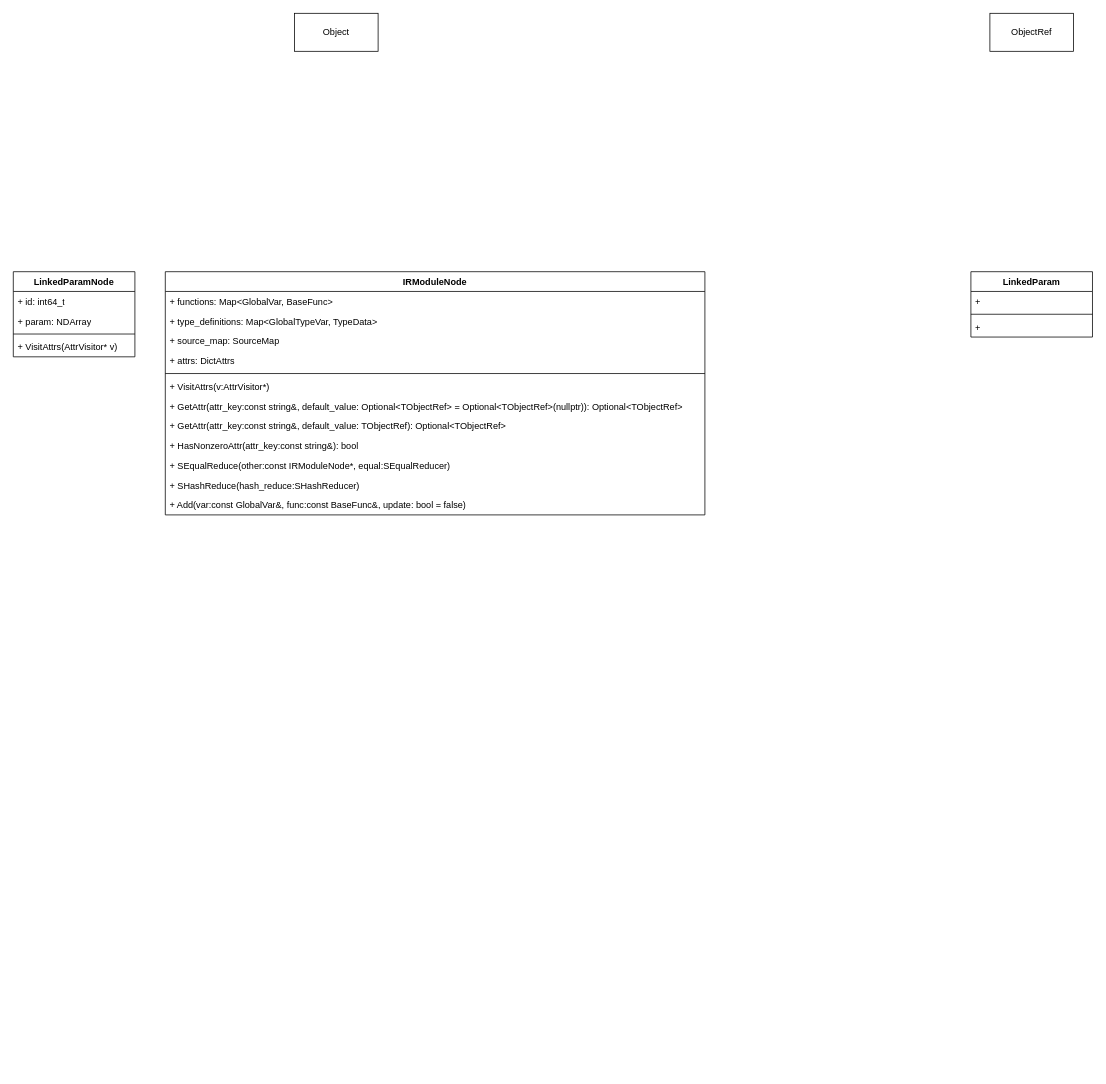
This is page "module" (12 of 12) of 未命名绘图.drawio from gdhzyz/draws, a draw.io file, before an edit. Source tidied: cells renumbered, new cells numbered last; positions are measured from the earlier drawing's top-left corner, leaving out a move shared by most shapes. Both pictures are drawn from the tidied source at 76%, with x=0, y=0 at pixel (13, 13).
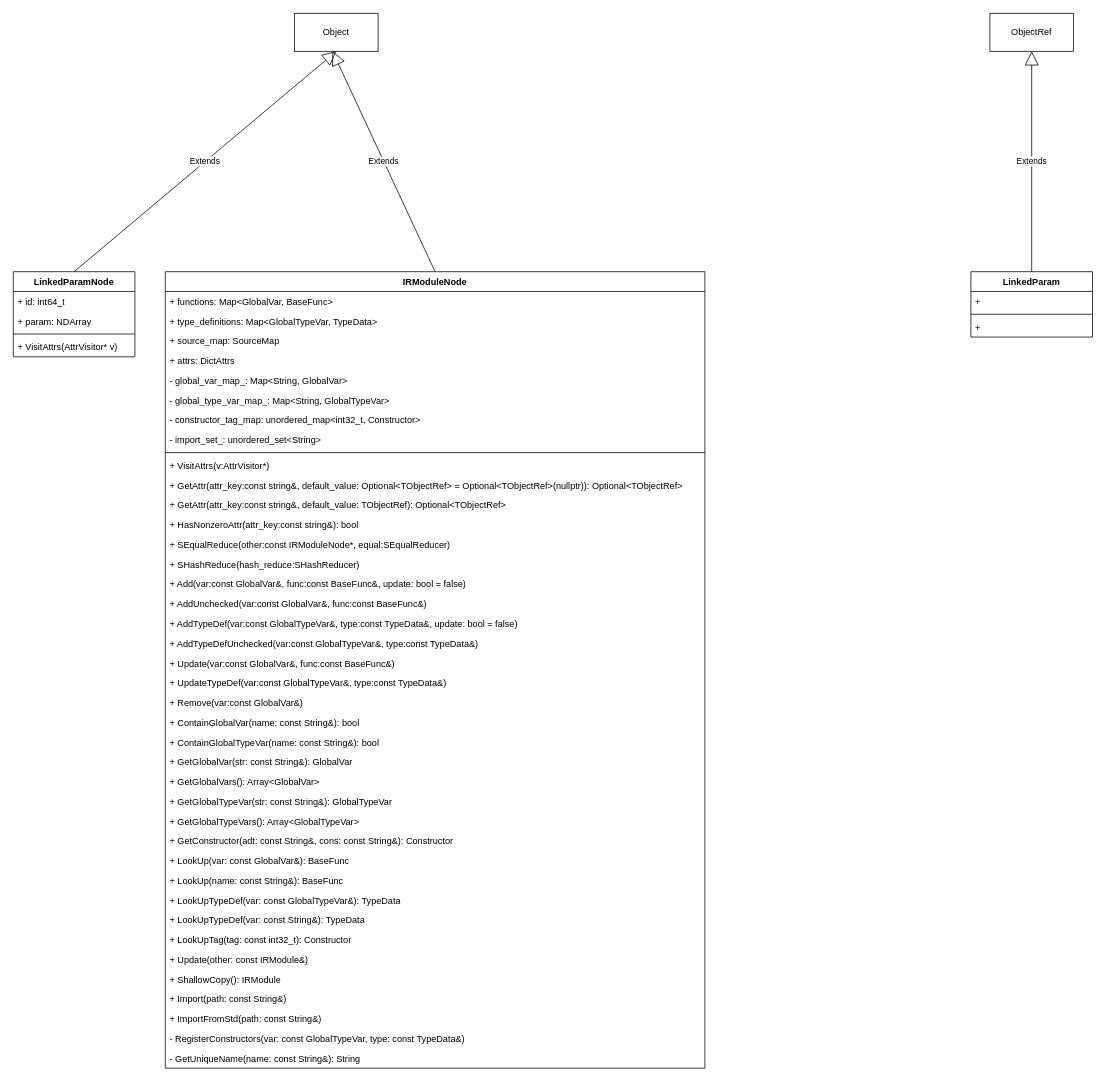
The same page after the edit.

The change refers to these unchanged cells:
```xml
<mxCell id="2" value="Object" style="html=1;whiteSpace=wrap;" parent="1" vertex="1">
  <mxGeometry x="370" width="110" height="50" as="geometry" />
</mxCell>
<mxCell id="3" value="LinkedParamNode" style="swimlane;fontStyle=1;align=center;verticalAlign=top;horizontal=1;startSize=26;whiteSpace=wrap;html=1;" parent="1" vertex="1">
  <mxGeometry y="340" width="160" height="112" as="geometry" />
</mxCell>
<mxCell id="8" value="ObjectRef" style="html=1;whiteSpace=wrap;" parent="1" vertex="1">
  <mxGeometry x="1285" width="110" height="50" as="geometry" />
</mxCell>
<mxCell id="9" value="LinkedParam" style="swimlane;fontStyle=1;align=center;verticalAlign=top;horizontal=1;startSize=26;whiteSpace=wrap;html=1;" parent="1" vertex="1">
  <mxGeometry x="1260" y="340" width="160" height="86" as="geometry" />
</mxCell>
```

What changed in the source:
```diff
@@
     <mxCell id="13" value="IRModuleNode" style="swimlane;fontStyle=1;align=center;verticalAlign=top;horizontal=1;startSize=26;whiteSpace=wrap;html=1;" parent="1" vertex="1">
-      <mxGeometry x="200" y="340" width="710" height="320" as="geometry" />
+      <mxGeometry x="200" y="340" width="710" height="1048" as="geometry" />
     </mxCell>
@@
+    <mxCell id="26" value="- global_var_map_: Map&amp;lt;String, GlobalVar&amp;gt;" style="text;strokeColor=none;fillColor=none;align=left;verticalAlign=top;spacingLeft=4;spacingRight=4;overflow=hidden;whiteSpace=wrap;html=1;" parent="13" vertex="1">
+      <mxGeometry y="130" width="710" height="26" as="geometry" />
+    </mxCell>
+    <mxCell id="27" value="- global_type_var_map_: Map&amp;lt;String, GlobalTypeVar&amp;gt;" style="text;strokeColor=none;fillColor=none;align=left;verticalAlign=top;spacingLeft=4;spacingRight=4;overflow=hidden;whiteSpace=wrap;html=1;" parent="13" vertex="1">
+      <mxGeometry y="156" width="710" height="26" as="geometry" />
+    </mxCell>
+    <mxCell id="28" value="- constructor_tag_map: unordered_map&amp;lt;int32_t, Constructor&amp;gt;" style="text;strokeColor=none;fillColor=none;align=left;verticalAlign=top;spacingLeft=4;spacingRight=4;overflow=hidden;whiteSpace=wrap;html=1;" parent="13" vertex="1">
+      <mxGeometry y="182" width="710" height="26" as="geometry" />
+    </mxCell>
+    <mxCell id="29" value="- import_set_: unordered_set&amp;lt;String&amp;gt;" style="text;strokeColor=none;fillColor=none;align=left;verticalAlign=top;spacingLeft=4;spacingRight=4;overflow=hidden;whiteSpace=wrap;html=1;" parent="13" vertex="1">
+      <mxGeometry y="208" width="710" height="26" as="geometry" />
+    </mxCell>
     <mxCell id="18" style="line;strokeWidth=1;fillColor=none;align=left;verticalAlign=middle;spacingTop=-1;spacingLeft=3;spacingRight=3;labelPosition=right;strokeColor=inherit;" parent="13" vertex="1">
-      <mxGeometry y="130" width="710" height="8" as="geometry" />
+      <mxGeometry y="234" width="710" height="8" as="geometry" />
     </mxCell>
     <mxCell id="19" value="+ VisitAttrs(v:AttrVisitor*)" style="text;strokeColor=none;fillColor=none;align=left;verticalAlign=top;spacingLeft=4;spacingRight=4;overflow=hidden;whiteSpace=wrap;html=1;" parent="13" vertex="1">
-      <mxGeometry y="138" width="710" height="26" as="geometry" />
+      <mxGeometry y="242" width="710" height="26" as="geometry" />
     </mxCell>
     <mxCell id="20" value="+ GetAttr(attr_key:const string&amp;amp;, default_value: Optional&amp;lt;TObjectRef&amp;gt;&amp;nbsp;= Optional&amp;lt;TObjectRef&amp;gt;(nullptr)): Optional&amp;lt;TObjectRef&amp;gt;" style="text;strokeColor=none;fillColor=none;align=left;verticalAlign=top;spacingLeft=4;spacingRight=4;overflow=hidden;whiteSpace=wrap;html=1;" parent="13" vertex="1">
-      <mxGeometry y="164" width="710" height="26" as="geometry" />
+      <mxGeometry y="268" width="710" height="26" as="geometry" />
     </mxCell>
     <mxCell id="21" value="+ GetAttr(attr_key:const string&amp;amp;, default_value: TObjectRef): Optional&amp;lt;TObjectRef&amp;gt;" style="text;strokeColor=none;fillColor=none;align=left;verticalAlign=top;spacingLeft=4;spacingRight=4;overflow=hidden;whiteSpace=wrap;html=1;" parent="13" vertex="1">
-      <mxGeometry y="190" width="710" height="26" as="geometry" />
+      <mxGeometry y="294" width="710" height="26" as="geometry" />
     </mxCell>
     <mxCell id="22" value="+ HasNonzeroAttr(attr_key:const string&amp;amp;): bool" style="text;strokeColor=none;fillColor=none;align=left;verticalAlign=top;spacingLeft=4;spacingRight=4;overflow=hidden;whiteSpace=wrap;html=1;" parent="13" vertex="1">
-      <mxGeometry y="216" width="710" height="26" as="geometry" />
+      <mxGeometry y="320" width="710" height="26" as="geometry" />
     </mxCell>
     <mxCell id="23" value="+ SEqualReduce(other:const IRModuleNode*, equal:SEqualReducer)" style="text;strokeColor=none;fillColor=none;align=left;verticalAlign=top;spacingLeft=4;spacingRight=4;overflow=hidden;whiteSpace=wrap;html=1;" parent="13" vertex="1">
-      <mxGeometry y="242" width="710" height="26" as="geometry" />
+      <mxGeometry y="346" width="710" height="26" as="geometry" />
     </mxCell>
     <mxCell id="24" value="+ SHashReduce(hash_reduce:SHashReducer)" style="text;strokeColor=none;fillColor=none;align=left;verticalAlign=top;spacingLeft=4;spacingRight=4;overflow=hidden;whiteSpace=wrap;html=1;" parent="13" vertex="1">
-      <mxGeometry y="268" width="710" height="26" as="geometry" />
+      <mxGeometry y="372" width="710" height="26" as="geometry" />
     </mxCell>
     <mxCell id="25" value="+ Add(var:const GlobalVar&amp;amp;, func:const BaseFunc&amp;amp;, update: bool = false)" style="text;strokeColor=none;fillColor=none;align=left;verticalAlign=top;spacingLeft=4;spacingRight=4;overflow=hidden;whiteSpace=wrap;html=1;" parent="13" vertex="1">
-      <mxGeometry y="294" width="710" height="26" as="geometry" />
+      <mxGeometry y="398" width="710" height="26" as="geometry" />
     </mxCell>
+    <mxCell id="30" value="+ AddUnchecked(var:const GlobalVar&amp;amp;, func:const BaseFunc&amp;amp;)" style="text;strokeColor=none;fillColor=none;align=left;verticalAlign=top;spacingLeft=4;spacingRight=4;overflow=hidden;whiteSpace=wrap;html=1;" parent="13" vertex="1">
+      <mxGeometry y="424" width="710" height="26" as="geometry" />
+    </mxCell>
+    <mxCell id="31" value="+ AddTypeDef(var:const GlobalTypeVar&amp;amp;, type:const TypeData&amp;amp;, update: bool = false)" style="text;strokeColor=none;fillColor=none;align=left;verticalAlign=top;spacingLeft=4;spacingRight=4;overflow=hidden;whiteSpace=wrap;html=1;" parent="13" vertex="1">
+      <mxGeometry y="450" width="710" height="26" as="geometry" />
+    </mxCell>
+    <mxCell id="32" value="+ AddTypeDefUnchecked(var:const GlobalTypeVar&amp;amp;, type:const TypeData&amp;amp;)" style="text;strokeColor=none;fillColor=none;align=left;verticalAlign=top;spacingLeft=4;spacingRight=4;overflow=hidden;whiteSpace=wrap;html=1;" parent="13" vertex="1">
+      <mxGeometry y="476" width="710" height="26" as="geometry" />
+    </mxCell>
+    <mxCell id="33" value="+ Update(var:const GlobalVar&amp;amp;, func:const BaseFunc&amp;amp;)" style="text;strokeColor=none;fillColor=none;align=left;verticalAlign=top;spacingLeft=4;spacingRight=4;overflow=hidden;whiteSpace=wrap;html=1;" parent="13" vertex="1">
+      <mxGeometry y="502" width="710" height="26" as="geometry" />
+    </mxCell>
+    <mxCell id="34" value="+ UpdateTypeDef(var:const GlobalTypeVar&amp;amp;, type:const TypeData&amp;amp;)" style="text;strokeColor=none;fillColor=none;align=left;verticalAlign=top;spacingLeft=4;spacingRight=4;overflow=hidden;whiteSpace=wrap;html=1;" parent="13" vertex="1">
+      <mxGeometry y="528" width="710" height="26" as="geometry" />
+    </mxCell>
+    <mxCell id="35" value="+ Remove(var:const GlobalVar&amp;amp;)" style="text;strokeColor=none;fillColor=none;align=left;verticalAlign=top;spacingLeft=4;spacingRight=4;overflow=hidden;whiteSpace=wrap;html=1;" parent="13" vertex="1">
+      <mxGeometry y="554" width="710" height="26" as="geometry" />
+    </mxCell>
+    <mxCell id="36" value="+ ContainGlobalVar(name: const String&amp;amp;): bool" style="text;strokeColor=none;fillColor=none;align=left;verticalAlign=top;spacingLeft=4;spacingRight=4;overflow=hidden;whiteSpace=wrap;html=1;" parent="13" vertex="1">
+      <mxGeometry y="580" width="710" height="26" as="geometry" />
+    </mxCell>
+    <mxCell id="37" value="+ ContainGlobalTypeVar(name: const String&amp;amp;): bool" style="text;strokeColor=none;fillColor=none;align=left;verticalAlign=top;spacingLeft=4;spacingRight=4;overflow=hidden;whiteSpace=wrap;html=1;" parent="13" vertex="1">
+      <mxGeometry y="606" width="710" height="26" as="geometry" />
+    </mxCell>
+    <mxCell id="38" value="+ GetGlobalVar(str: const String&amp;amp;): GlobalVar" style="text;strokeColor=none;fillColor=none;align=left;verticalAlign=top;spacingLeft=4;spacingRight=4;overflow=hidden;whiteSpace=wrap;html=1;" parent="13" vertex="1">
+      <mxGeometry y="632" width="710" height="26" as="geometry" />
+    </mxCell>
+    <mxCell id="39" value="+ GetGlobalVars(): Array&amp;lt;GlobalVar&amp;gt;" style="text;strokeColor=none;fillColor=none;align=left;verticalAlign=top;spacingLeft=4;spacingRight=4;overflow=hidden;whiteSpace=wrap;html=1;" parent="13" vertex="1">
+      <mxGeometry y="658" width="710" height="26" as="geometry" />
+    </mxCell>
+    <mxCell id="40" value="+ GetGlobalTypeVar(str: const String&amp;amp;): GlobalTypeVar" style="text;strokeColor=none;fillColor=none;align=left;verticalAlign=top;spacingLeft=4;spacingRight=4;overflow=hidden;whiteSpace=wrap;html=1;" parent="13" vertex="1">
+      <mxGeometry y="684" width="710" height="26" as="geometry" />
+    </mxCell>
+    <mxCell id="41" value="+ GetGlobalTypeVars(): Array&amp;lt;GlobalTypeVar&amp;gt;" style="text;strokeColor=none;fillColor=none;align=left;verticalAlign=top;spacingLeft=4;spacingRight=4;overflow=hidden;whiteSpace=wrap;html=1;" parent="13" vertex="1">
+      <mxGeometry y="710" width="710" height="26" as="geometry" />
+    </mxCell>
+    <mxCell id="42" value="+ GetConstructor(adt: const String&amp;amp;, cons: const String&amp;amp;): Constructor" style="text;strokeColor=none;fillColor=none;align=left;verticalAlign=top;spacingLeft=4;spacingRight=4;overflow=hidden;whiteSpace=wrap;html=1;" parent="13" vertex="1">
+      <mxGeometry y="736" width="710" height="26" as="geometry" />
+    </mxCell>
+    <mxCell id="43" value="+ LookUp(var: const GlobalVar&amp;amp;): BaseFunc" style="text;strokeColor=none;fillColor=none;align=left;verticalAlign=top;spacingLeft=4;spacingRight=4;overflow=hidden;whiteSpace=wrap;html=1;" parent="13" vertex="1">
+      <mxGeometry y="762" width="710" height="26" as="geometry" />
+    </mxCell>
+    <mxCell id="44" value="+ LookUp(name: const String&amp;amp;): BaseFunc" style="text;strokeColor=none;fillColor=none;align=left;verticalAlign=top;spacingLeft=4;spacingRight=4;overflow=hidden;whiteSpace=wrap;html=1;" parent="13" vertex="1">
+      <mxGeometry y="788" width="710" height="26" as="geometry" />
+    </mxCell>
+    <mxCell id="45" value="+ LookUpTypeDef(var: const GlobalTypeVar&amp;amp;): TypeData" style="text;strokeColor=none;fillColor=none;align=left;verticalAlign=top;spacingLeft=4;spacingRight=4;overflow=hidden;whiteSpace=wrap;html=1;" parent="13" vertex="1">
+      <mxGeometry y="814" width="710" height="26" as="geometry" />
+    </mxCell>
+    <mxCell id="46" value="+ LookUpTypeDef(var: const String&amp;amp;): TypeData" style="text;strokeColor=none;fillColor=none;align=left;verticalAlign=top;spacingLeft=4;spacingRight=4;overflow=hidden;whiteSpace=wrap;html=1;" parent="13" vertex="1">
+      <mxGeometry y="840" width="710" height="26" as="geometry" />
+    </mxCell>
+    <mxCell id="47" value="+ LookUpTag(tag: const int32_t): Constructor" style="text;strokeColor=none;fillColor=none;align=left;verticalAlign=top;spacingLeft=4;spacingRight=4;overflow=hidden;whiteSpace=wrap;html=1;" parent="13" vertex="1">
+      <mxGeometry y="866" width="710" height="26" as="geometry" />
+    </mxCell>
+    <mxCell id="48" value="+ Update(other: const IRModule&amp;amp;)" style="text;strokeColor=none;fillColor=none;align=left;verticalAlign=top;spacingLeft=4;spacingRight=4;overflow=hidden;whiteSpace=wrap;html=1;" parent="13" vertex="1">
+      <mxGeometry y="892" width="710" height="26" as="geometry" />
+    </mxCell>
+    <mxCell id="49" value="+ ShallowCopy(): IRModule" style="text;strokeColor=none;fillColor=none;align=left;verticalAlign=top;spacingLeft=4;spacingRight=4;overflow=hidden;whiteSpace=wrap;html=1;" parent="13" vertex="1">
+      <mxGeometry y="918" width="710" height="26" as="geometry" />
+    </mxCell>
+    <mxCell id="50" value="+ Import(path: const String&amp;amp;)" style="text;strokeColor=none;fillColor=none;align=left;verticalAlign=top;spacingLeft=4;spacingRight=4;overflow=hidden;whiteSpace=wrap;html=1;" parent="13" vertex="1">
+      <mxGeometry y="944" width="710" height="26" as="geometry" />
+    </mxCell>
+    <mxCell id="51" value="+ ImportFromStd(path: const String&amp;amp;)" style="text;strokeColor=none;fillColor=none;align=left;verticalAlign=top;spacingLeft=4;spacingRight=4;overflow=hidden;whiteSpace=wrap;html=1;" parent="13" vertex="1">
+      <mxGeometry y="970" width="710" height="26" as="geometry" />
+    </mxCell>
+    <mxCell id="52" value="- RegisterConstructors(var: const GlobalTypeVar, type: const TypeData&amp;amp;)" style="text;strokeColor=none;fillColor=none;align=left;verticalAlign=top;spacingLeft=4;spacingRight=4;overflow=hidden;whiteSpace=wrap;html=1;" parent="13" vertex="1">
+      <mxGeometry y="996" width="710" height="26" as="geometry" />
+    </mxCell>
+    <mxCell id="53" value="- GetUniqueName(name: const String&amp;amp;): String" style="text;strokeColor=none;fillColor=none;align=left;verticalAlign=top;spacingLeft=4;spacingRight=4;overflow=hidden;whiteSpace=wrap;html=1;" parent="13" vertex="1">
+      <mxGeometry y="1022" width="710" height="26" as="geometry" />
+    </mxCell>
+    <mxCell id="54" value="Extends" style="endArrow=block;endSize=16;endFill=0;html=1;rounded=0;exitX=0.5;exitY=0;exitDx=0;exitDy=0;entryX=0.5;entryY=1;entryDx=0;entryDy=0;" parent="1" edge="1" source="3" target="2">
+      <mxGeometry relative="1" as="geometry" />
+    </mxCell>
+    <mxCell id="55" value="Extends" style="endArrow=block;endSize=16;endFill=0;html=1;rounded=0;exitX=0.5;exitY=0;exitDx=0;exitDy=0;" parent="1" edge="1" source="13">
+      <mxGeometry relative="1" as="geometry">
+        <mxPoint x="420" y="50" as="targetPoint" />
+      </mxGeometry>
+    </mxCell>
+    <mxCell id="56" value="Extends" style="endArrow=block;endSize=16;endFill=0;html=1;rounded=0;exitX=0.5;exitY=0;exitDx=0;exitDy=0;entryX=0.5;entryY=1;entryDx=0;entryDy=0;" parent="1" edge="1" source="9" target="8">
+      <mxGeometry relative="1" as="geometry" />
+    </mxCell>
```
